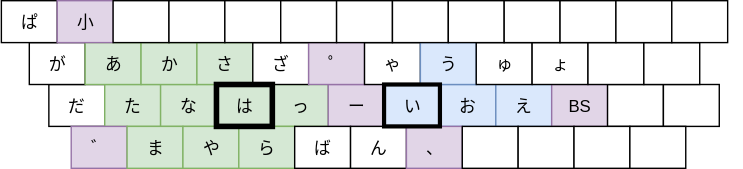
This is layout_image.drawio.svg from funatsufumiya/pc-f-layout, a draw.io export, as it was before one commit. Source tidied: cells renumbered, new cells last; positions are measured from the earlier drawing's top-left corner, leaving out a move shared by most shapes.
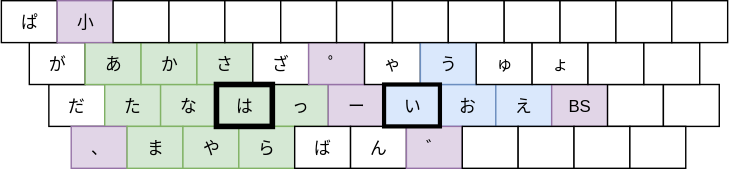
Above is the later version.

Commit message:
記号と濁点を入れ替え

The edit, as a diff of the source:
```diff
@@ -35,7 +35,7 @@
     <mxCell id="12" value="G" style="group;" parent="1" vertex="1">
       <mxGeometry x="50" y="90" width="480" height="30" as="geometry" />
     </mxCell>
-    <mxCell id="13" value="゛" style="rounded=0;whiteSpace=wrap;html=1;fillColor=#e1d5e7;strokeColor=#9673a6;" parent="12" vertex="1">
+    <mxCell id="13" value="、" style="rounded=0;whiteSpace=wrap;html=1;fillColor=#e1d5e7;strokeColor=#9673a6;" parent="12" vertex="1">
       <mxGeometry width="40" height="30" as="geometry" />
     </mxCell>
     <mxCell id="14" value="ま" style="rounded=0;whiteSpace=wrap;html=1;fillColor=#d5e8d4;strokeColor=#82b366;" parent="12" vertex="1">
@@ -53,7 +53,7 @@
     <mxCell id="18" value="ん" style="rounded=0;whiteSpace=wrap;html=1;" parent="12" vertex="1">
       <mxGeometry x="200" width="40" height="30" as="geometry" />
     </mxCell>
-    <mxCell id="19" value="、" style="rounded=0;whiteSpace=wrap;html=1;fillColor=#e1d5e7;strokeColor=#9673a6;" parent="12" vertex="1">
+    <mxCell id="19" value="゛" style="rounded=0;whiteSpace=wrap;html=1;fillColor=#e1d5e7;strokeColor=#9673a6;" parent="12" vertex="1">
       <mxGeometry x="240" width="40" height="30" as="geometry" />
     </mxCell>
     <mxCell id="20" style="rounded=0;whiteSpace=wrap;html=1;" parent="12" vertex="1">
```
